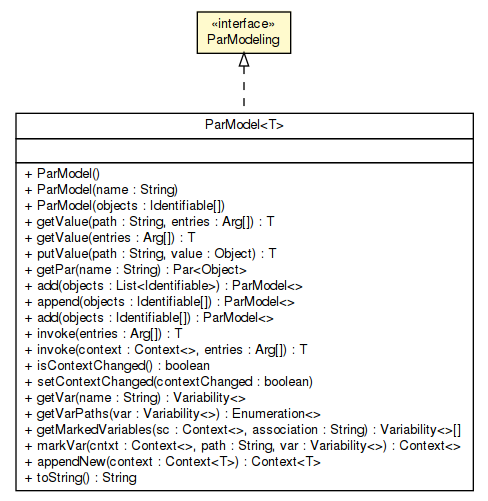
This is apidocs/sorcer/service/ParModeling.png from sorcersoft/sorcersoft.github.io, a Graphviz export, as it was before one commit. Its source is kept beside it as apidocs/sorcer/service/ParModeling.dot.
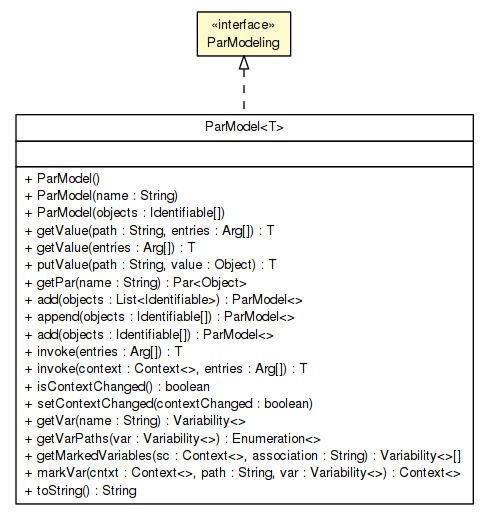
The same diagram one commit later.

Change to the diagram source:
```diff
@@ -4,7 +4,13 @@
 	node [fontname="Helvetica",fontsize=10,shape=plaintext];
 	nodesep=0.25;
 	ranksep=0.5;
-	c335330 [label=<<table title="sorcer.core.context.model.par.ParModel" border="0" cellborder="1" cellspacing="0" cellpadding="2" port="p" href="../core/context/model/par/ParModel.html">
+	c379622 [label=<<table title="sorcer.service.ParModeling" border="0" cellborder="1" cellspacing="0" cellpadding="2" port="p" bgcolor="lemonChiffon" href="./ParModeling.html">
+		<tr><td><table border="0" cellspacing="0" cellpadding="1">
+<tr><td align="center" balign="center"> &#171;interface&#187; </td></tr>
+<tr><td align="center" balign="center"> ParModeling </td></tr>
+		</table></td></tr>
+		</table>>, URL="./ParModeling.html", fontname="Helvetica", fontcolor="black", fontsize=10.0];
+	c379706 [label=<<table title="sorcer.core.context.model.par.ParModel" border="0" cellborder="1" cellspacing="0" cellpadding="2" port="p" href="../core/context/model/par/ParModel.html">
 		<tr><td><table border="0" cellspacing="0" cellpadding="1">
 <tr><td align="center" balign="center"> ParModel&lt;T&gt; </td></tr>
 		</table></td></tr>
@@ -30,15 +36,8 @@
 <tr><td align="left" balign="left"> + getVarPaths(var : Variability&lt;&gt;) : Enumeration&lt;&gt; </td></tr>
 <tr><td align="left" balign="left"> + getMarkedVariables(sc : Context&lt;&gt;, association : String) : Variability&lt;&gt;[] </td></tr>
 <tr><td align="left" balign="left"> + markVar(cntxt : Context&lt;&gt;, path : String, var : Variability&lt;&gt;) : Context&lt;&gt; </td></tr>
-<tr><td align="left" balign="left"> + appendNew(context : Context&lt;T&gt;) : Context&lt;T&gt; </td></tr>
 <tr><td align="left" balign="left"> + toString() : String </td></tr>
 		</table></td></tr>
 		</table>>, URL="../core/context/model/par/ParModel.html", fontname="Helvetica", fontcolor="black", fontsize=10.0];
-	c335427 [label=<<table title="sorcer.service.ParModeling" border="0" cellborder="1" cellspacing="0" cellpadding="2" port="p" bgcolor="lemonChiffon" href="./ParModeling.html">
-		<tr><td><table border="0" cellspacing="0" cellpadding="1">
-<tr><td align="center" balign="center"> &#171;interface&#187; </td></tr>
-<tr><td align="center" balign="center"> ParModeling </td></tr>
-		</table></td></tr>
-		</table>>, URL="./ParModeling.html", fontname="Helvetica", fontcolor="black", fontsize=10.0];
-	c335427:p -> c335330:p [dir=back,arrowtail=empty,style=dashed];
+	c379622:p -> c379706:p [dir=back,arrowtail=empty,style=dashed];
 }
```
